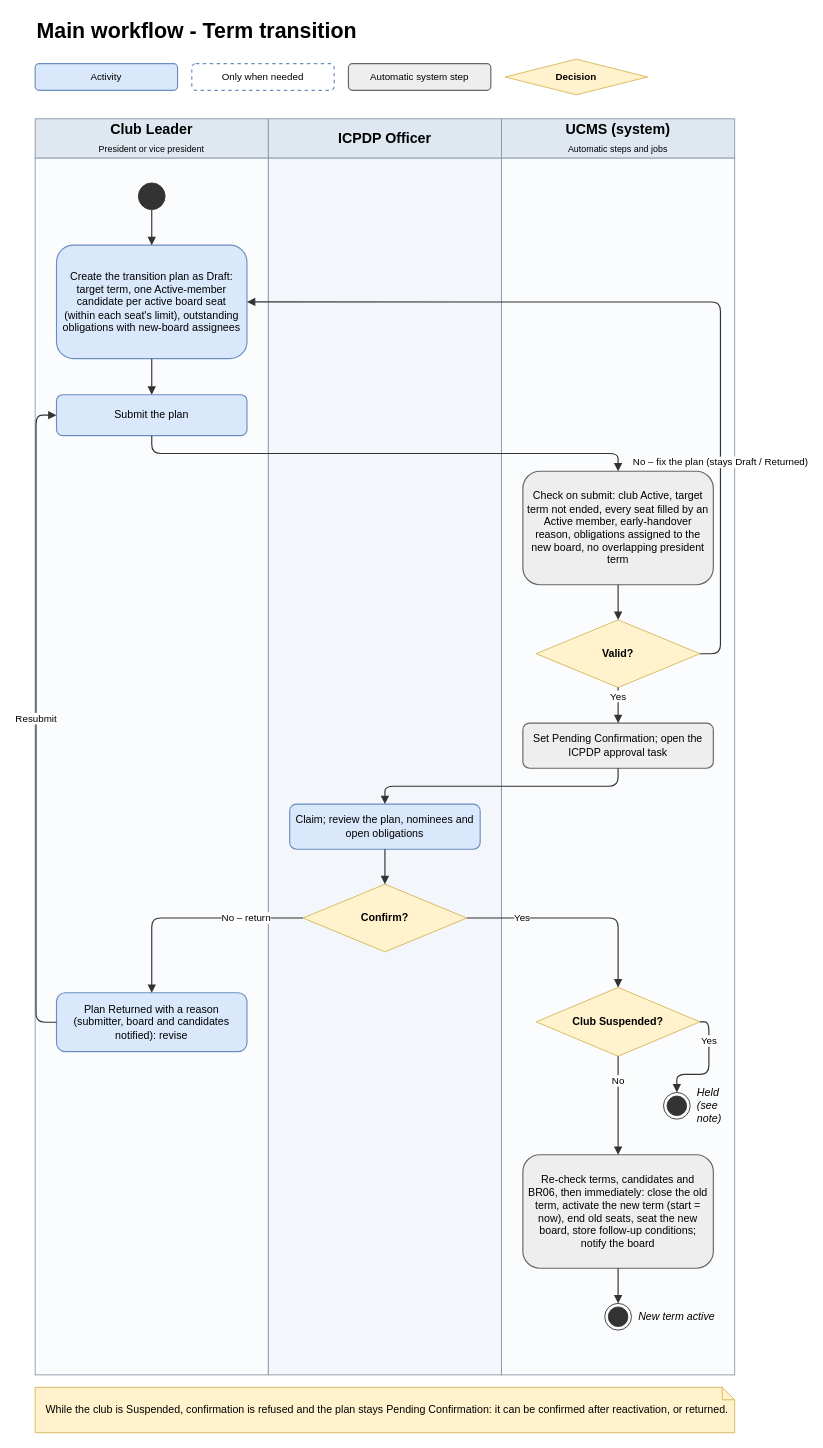
Before: page "04 Term transition" (4 of 10) of docs/03-diagrams/UCMS_Main_Workflow.drawio in nvdekay/ClubManagementSystem, a draw.io diagram. Source tidied: cells renumbered, new cells numbered last; positions are measured from the earlier drawing's top-left corner, leaving out a move shared by most shapes. Both pictures are drawn from the tidied source at 89%, with x=0, y=0 at pixel (35, 15).
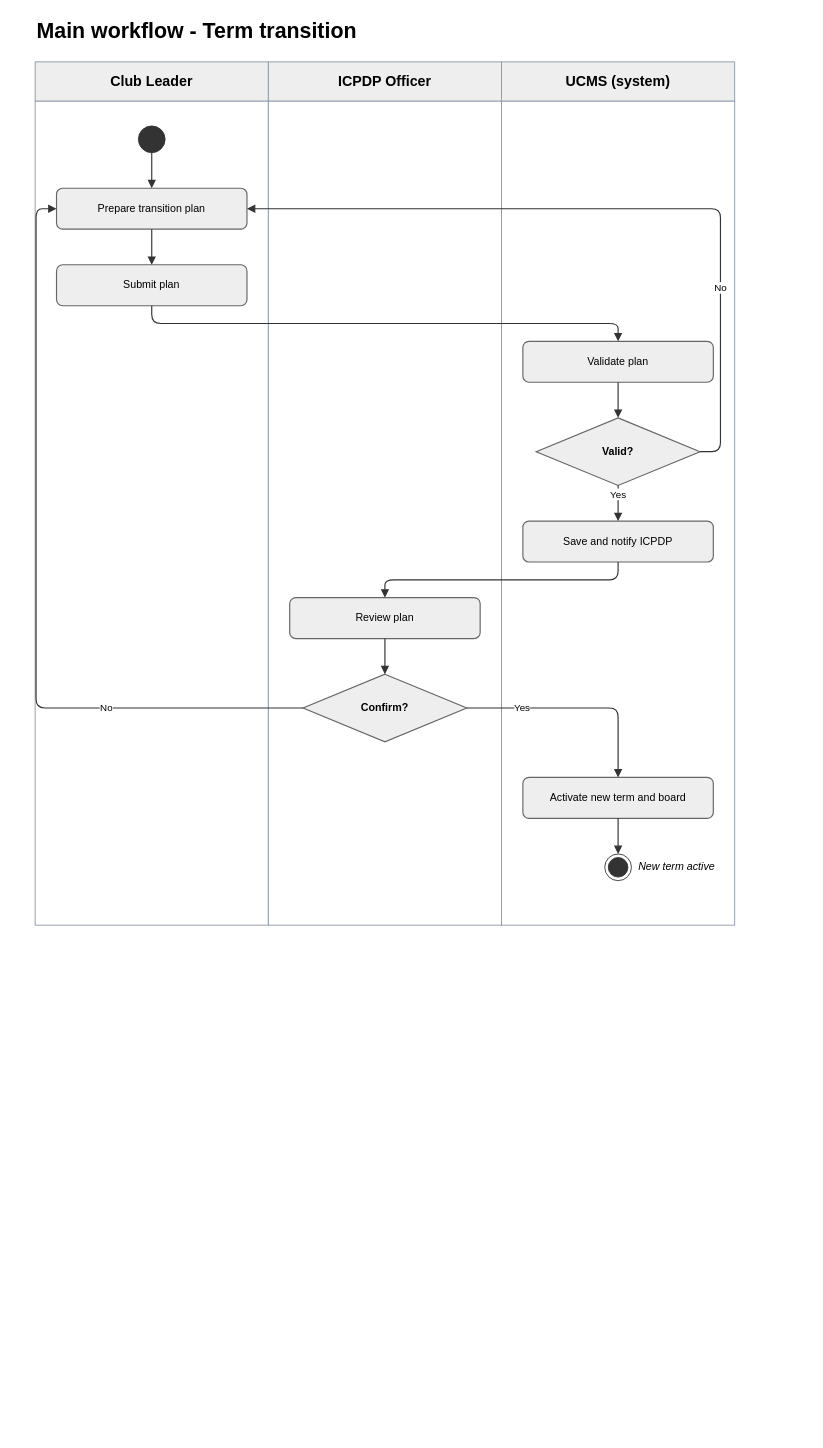
After the change.

What changed in the source:
```diff
@@
-    <mxCell id="3" value="Activity" style="rounded=1;whiteSpace=wrap;html=1;fillColor=#dae8fc;strokeColor=#6c8ebf;strokeWidth=1.3;spacing=6;fontSize=11;" parent="1" vertex="1">
-      <mxGeometry y="54" width="160" height="30" as="geometry" />
-    </mxCell>
-    <mxCell id="4" value="Only when needed" style="rounded=1;whiteSpace=wrap;html=1;fillColor=#ffffff;strokeColor=#6c8ebf;dashed=1;strokeWidth=1.3;spacing=6;fontSize=11;" parent="1" vertex="1">
-      <mxGeometry x="176" y="54" width="160" height="30" as="geometry" />
-    </mxCell>
-    <mxCell id="5" value="Automatic system step" style="rounded=1;whiteSpace=wrap;html=1;fillColor=#eeeeee;strokeColor=#666666;strokeWidth=1.3;spacing=6;fontSize=11;" parent="1" vertex="1">
-      <mxGeometry x="352" y="54" width="160" height="30" as="geometry" />
-    </mxCell>
-    <mxCell id="6" value="Decision" style="rhombus;whiteSpace=wrap;html=1;fillColor=#fff2cc;strokeColor=#d6b656;fontStyle=1;spacingLeft=18;spacingRight=18;fontSize=11;" parent="1" vertex="1">
-      <mxGeometry x="528" y="49" width="160" height="40" as="geometry" />
-    </mxCell>
-    <mxCell id="7" style="rounded=0;html=1;fillColor=#fbfcfe;strokeColor=#8a97a6;" parent="1" vertex="1">
-      <mxGeometry y="160" width="262" height="1367.3" as="geometry" />
+    <mxCell id="7" style="rounded=0;html=1;fillColor=#ffffff;strokeColor=#8a97a6;" parent="1" vertex="1">
+      <mxGeometry y="96" width="262" height="926" as="geometry" />
     </mxCell>
-    <mxCell id="8" value="&lt;b&gt;Club Leader&lt;/b&gt;&lt;br&gt;&lt;span style=&quot;font-size:10px;font-weight:normal;&quot;&gt;President or vice president&lt;/span&gt;" style="rounded=0;whiteSpace=wrap;html=1;fillColor=#dfe7f1;strokeColor=#8a97a6;fontSize=16;" parent="1" vertex="1">
-      <mxGeometry y="116" width="262" height="44" as="geometry" />
+    <mxCell id="8" value="&lt;b&gt;Club Leader&lt;/b&gt;" style="rounded=0;whiteSpace=wrap;html=1;fillColor=#eeeeee;strokeColor=#8a97a6;fontSize=16;" parent="1" vertex="1">
+      <mxGeometry y="52" width="262" height="44" as="geometry" />
     </mxCell>
-    <mxCell id="9" style="rounded=0;html=1;fillColor=#f3f6fa;strokeColor=#8a97a6;" parent="1" vertex="1">
-      <mxGeometry x="262" y="160" width="262" height="1367.3" as="geometry" />
+    <mxCell id="9" style="rounded=0;html=1;fillColor=#ffffff;strokeColor=#8a97a6;" parent="1" vertex="1">
+      <mxGeometry x="262" y="96" width="262" height="926" as="geometry" />
     </mxCell>
-    <mxCell id="10" value="&lt;b&gt;ICPDP Officer&lt;/b&gt;" style="rounded=0;whiteSpace=wrap;html=1;fillColor=#dfe7f1;strokeColor=#8a97a6;fontSize=16;" parent="1" vertex="1">
-      <mxGeometry x="262" y="116" width="262" height="44" as="geometry" />
+    <mxCell id="10" value="&lt;b&gt;ICPDP Officer&lt;/b&gt;" style="rounded=0;whiteSpace=wrap;html=1;fillColor=#eeeeee;strokeColor=#8a97a6;fontSize=16;" parent="1" vertex="1">
+      <mxGeometry x="262" y="52" width="262" height="44" as="geometry" />
     </mxCell>
-    <mxCell id="11" style="rounded=0;html=1;fillColor=#fbfcfe;strokeColor=#8a97a6;" parent="1" vertex="1">
-      <mxGeometry x="524" y="160" width="262" height="1367.3" as="geometry" />
+    <mxCell id="11" style="rounded=0;html=1;fillColor=#ffffff;strokeColor=#8a97a6;" parent="1" vertex="1">
+      <mxGeometry x="524" y="96" width="262" height="926" as="geometry" />
     </mxCell>
-    <mxCell id="12" value="&lt;b&gt;UCMS (system)&lt;/b&gt;&lt;br&gt;&lt;span style=&quot;font-size:10px;font-weight:normal;&quot;&gt;Automatic steps and jobs&lt;/span&gt;" style="rounded=0;whiteSpace=wrap;html=1;fillColor=#dfe7f1;strokeColor=#8a97a6;fontSize=16;" parent="1" vertex="1">
-      <mxGeometry x="524" y="116" width="262" height="44" as="geometry" />
+    <mxCell id="12" value="&lt;b&gt;UCMS (system)&lt;/b&gt;" style="rounded=0;whiteSpace=wrap;html=1;fillColor=#eeeeee;strokeColor=#8a97a6;fontSize=16;" parent="1" vertex="1">
+      <mxGeometry x="524" y="52" width="262" height="44" as="geometry" />
     </mxCell>
     <mxCell id="13" style="ellipse;html=1;fillColor=#333333;strokeColor=#333333;" parent="1" vertex="1">
-      <mxGeometry x="116" y="188" width="30" height="30" as="geometry" />
+      <mxGeometry x="116" y="124" width="30" height="30" as="geometry" />
     </mxCell>
-    <mxCell id="14" value="Create the transition plan as Draft: target term, one Active-member candidate per active board seat (within each seat's limit), outstanding obligations with new-board assignees" style="rounded=1;whiteSpace=wrap;html=1;fillColor=#dae8fc;strokeColor=#6c8ebf;strokeWidth=1.3;spacing=6;fontSize=12;" parent="1" vertex="1">
-      <mxGeometry x="24" y="258" width="214" height="127.5" as="geometry" />
+    <mxCell id="14" value="Prepare transition plan" style="rounded=1;whiteSpace=wrap;html=1;fillColor=#eeeeee;strokeColor=#666666;strokeWidth=1.3;spacing=6;fontSize=12;" parent="1" vertex="1">
+      <mxGeometry x="24" y="194" width="214" height="46" as="geometry" />
     </mxCell>
-    <mxCell id="15" value="Submit the plan" style="rounded=1;whiteSpace=wrap;html=1;fillColor=#dae8fc;strokeColor=#6c8ebf;strokeWidth=1.3;spacing=6;fontSize=12;" parent="1" vertex="1">
-      <mxGeometry x="24" y="426" width="214" height="46" as="geometry" />
+    <mxCell id="15" value="Submit plan" style="rounded=1;whiteSpace=wrap;html=1;fillColor=#eeeeee;strokeColor=#666666;strokeWidth=1.3;spacing=6;fontSize=12;" parent="1" vertex="1">
+      <mxGeometry x="24" y="280" width="214" height="46" as="geometry" />
     </mxCell>
-    <mxCell id="16" value="Check on submit: club Active, target term not ended, every seat filled by an Active member, early-handover reason, obligations assigned to the new board, no overlapping president term" style="rounded=1;whiteSpace=wrap;html=1;fillColor=#eeeeee;strokeColor=#666666;strokeWidth=1.3;spacing=6;fontSize=12;" parent="1" vertex="1">
-      <mxGeometry x="548" y="512" width="214" height="127.5" as="geometry" />
+    <mxCell id="16" value="Validate plan" style="rounded=1;whiteSpace=wrap;html=1;fillColor=#eeeeee;strokeColor=#666666;strokeWidth=1.3;spacing=6;fontSize=12;" parent="1" vertex="1">
+      <mxGeometry x="548" y="366" width="214" height="46" as="geometry" />
     </mxCell>
-    <mxCell id="17" value="Valid?" style="rhombus;whiteSpace=wrap;html=1;fillColor=#fff2cc;strokeColor=#d6b656;fontStyle=1;spacingLeft=18;spacingRight=18;fontSize=12;" parent="1" vertex="1">
-      <mxGeometry x="563" y="679" width="184" height="76" as="geometry" />
+    <mxCell id="17" value="Valid?" style="rhombus;whiteSpace=wrap;html=1;fillColor=#eeeeee;strokeColor=#666666;strokeWidth=1.3;fontStyle=1;spacingLeft=18;spacingRight=18;fontSize=12;" parent="1" vertex="1">
+      <mxGeometry x="563" y="452" width="184" height="76" as="geometry" />
     </mxCell>
-    <mxCell id="18" value="Set Pending Confirmation; open the ICPDP approval task" style="rounded=1;whiteSpace=wrap;html=1;fillColor=#eeeeee;strokeColor=#666666;strokeWidth=1.3;spacing=6;fontSize=12;" parent="1" vertex="1">
-      <mxGeometry x="548" y="795" width="214" height="50.7" as="geometry" />
+    <mxCell id="18" value="Save and notify ICPDP" style="rounded=1;whiteSpace=wrap;html=1;fillColor=#eeeeee;strokeColor=#666666;strokeWidth=1.3;spacing=6;fontSize=12;" parent="1" vertex="1">
+      <mxGeometry x="548" y="568" width="214" height="46" as="geometry" />
     </mxCell>
-    <mxCell id="19" value="Claim; review the plan, nominees and open obligations" style="rounded=1;whiteSpace=wrap;html=1;fillColor=#dae8fc;strokeColor=#6c8ebf;strokeWidth=1.3;spacing=6;fontSize=12;" parent="1" vertex="1">
-      <mxGeometry x="286" y="886" width="214" height="50.7" as="geometry" />
+    <mxCell id="19" value="Review plan" style="rounded=1;whiteSpace=wrap;html=1;fillColor=#eeeeee;strokeColor=#666666;strokeWidth=1.3;spacing=6;fontSize=12;" parent="1" vertex="1">
+      <mxGeometry x="286" y="654" width="214" height="46" as="geometry" />
     </mxCell>
-    <mxCell id="20" value="Confirm?" style="rhombus;whiteSpace=wrap;html=1;fillColor=#fff2cc;strokeColor=#d6b656;fontStyle=1;spacingLeft=18;spacingRight=18;fontSize=12;" parent="1" vertex="1">
-      <mxGeometry x="301" y="976" width="184" height="76" as="geometry" />
+    <mxCell id="20" value="Confirm?" style="rhombus;whiteSpace=wrap;html=1;fillColor=#eeeeee;strokeColor=#666666;strokeWidth=1.3;fontStyle=1;spacingLeft=18;spacingRight=18;fontSize=12;" parent="1" vertex="1">
+      <mxGeometry x="301" y="740" width="184" height="76" as="geometry" />
     </mxCell>
-    <mxCell id="21" value="Plan Returned with a reason (submitter, board and candidates notified): revise" style="rounded=1;whiteSpace=wrap;html=1;fillColor=#dae8fc;strokeColor=#6c8ebf;strokeWidth=1.3;spacing=6;fontSize=12;" parent="1" vertex="1">
-      <mxGeometry x="24" y="1098" width="214" height="66.1" as="geometry" />
-    </mxCell>
-    <mxCell id="22" value="Club Suspended?" style="rhombus;whiteSpace=wrap;html=1;fillColor=#fff2cc;strokeColor=#d6b656;fontStyle=1;spacingLeft=18;spacingRight=18;fontSize=12;" parent="1" vertex="1">
-      <mxGeometry x="563" y="1092" width="184" height="77.3" as="geometry" />
-    </mxCell>
-    <mxCell id="23" style="ellipse;html=1;shape=endState;fillColor=#333333;strokeColor=#333333;" parent="1" vertex="1">
-      <mxGeometry x="706" y="1210" width="30" height="30" as="geometry" />
-    </mxCell>
-    <mxCell id="24" value="Held (see note)" style="text;html=1;whiteSpace=wrap;align=left;verticalAlign=middle;fontSize=12;fontStyle=2;" parent="1" vertex="1">
-      <mxGeometry x="742" y="1202" width="38" height="46" as="geometry" />
-    </mxCell>
-    <mxCell id="25" value="Re-check terms, candidates and BR06, then immediately: close the old term, activate the new term (start = now), end old seats, seat the new board, store follow-up conditions; notify the board" style="rounded=1;whiteSpace=wrap;html=1;fillColor=#eeeeee;strokeColor=#666666;strokeWidth=1.3;spacing=6;fontSize=12;" parent="1" vertex="1">
-      <mxGeometry x="548" y="1280" width="214" height="127.5" as="geometry" />
+    <mxCell id="25" value="Activate new term and board" style="rounded=1;whiteSpace=wrap;html=1;fillColor=#eeeeee;strokeColor=#666666;strokeWidth=1.3;spacing=6;fontSize=12;" parent="1" vertex="1">
+      <mxGeometry x="548" y="856" width="214" height="46" as="geometry" />
     </mxCell>
     <mxCell id="26" style="ellipse;html=1;shape=endState;fillColor=#333333;strokeColor=#333333;" parent="1" vertex="1">
-      <mxGeometry x="640" y="1447" width="30" height="30" as="geometry" />
+      <mxGeometry x="640" y="942" width="30" height="30" as="geometry" />
     </mxCell>
     <mxCell id="27" value="New term active" style="text;html=1;whiteSpace=wrap;align=left;verticalAlign=middle;fontSize=12;fontStyle=2;" parent="1" vertex="1">
-      <mxGeometry x="676" y="1439" width="104" height="46" as="geometry" />
+      <mxGeometry x="676" y="934" width="104" height="46" as="geometry" />
     </mxCell>
@@
-    <mxCell id="32" value="No – fix the plan (stays Draft / Returned)" style="endArrow=block;endFill=1;html=1;rounded=1;edgeStyle=orthogonalEdgeStyle;strokeColor=#333333;strokeWidth=1.3;fontSize=11;labelBackgroundColor=#ffffff;exitX=1;exitY=0.5;entryX=1;entryY=0.5;" parent="1" edge="1" source="17" target="14">
+    <mxCell id="32" value="No" style="endArrow=block;endFill=1;html=1;rounded=1;edgeStyle=orthogonalEdgeStyle;strokeColor=#333333;strokeWidth=1.3;fontSize=11;labelBackgroundColor=#ffffff;exitX=1;exitY=0.5;entryX=1;entryY=0.5;" parent="1" edge="1" source="17" target="14">
       <mxGeometry x="-0.5" relative="1" as="geometry">
         <Array as="points">
-          <mxPoint x="770" y="717" />
-          <mxPoint x="770" y="322" />
+          <mxPoint x="770" y="490" />
+          <mxPoint x="770" y="217" />
         </Array>
       </mxGeometry>
     </mxCell>
@@
-    <mxCell id="36" value="No – return" style="endArrow=block;endFill=1;html=1;rounded=1;edgeStyle=orthogonalEdgeStyle;strokeColor=#333333;strokeWidth=1.3;fontSize=11;labelBackgroundColor=#ffffff;exitX=0;exitY=0.5;entryX=0.5;entryY=0;" parent="1" edge="1" source="20" target="21">
+    <mxCell id="36" value="Yes" style="endArrow=block;endFill=1;html=1;rounded=1;edgeStyle=orthogonalEdgeStyle;strokeColor=#333333;strokeWidth=1.3;fontSize=11;labelBackgroundColor=#ffffff;exitX=1;exitY=0.5;entryX=0.5;entryY=0;" parent="1" edge="1" source="20" target="25">
       <mxGeometry x="-0.5" relative="1" as="geometry" />
     </mxCell>
-    <mxCell id="37" value="Yes" style="endArrow=block;endFill=1;html=1;rounded=1;edgeStyle=orthogonalEdgeStyle;strokeColor=#333333;strokeWidth=1.3;fontSize=11;labelBackgroundColor=#ffffff;exitX=1;exitY=0.5;entryX=0.5;entryY=0;" parent="1" edge="1" source="20" target="22">
-      <mxGeometry x="-0.5" relative="1" as="geometry" />
+    <mxCell id="37" value="No" style="endArrow=block;endFill=1;html=1;rounded=1;edgeStyle=orthogonalEdgeStyle;strokeColor=#333333;strokeWidth=1.3;fontSize=11;labelBackgroundColor=#ffffff;exitX=0;exitY=0.5;entryX=0;entryY=0.5;" parent="1" edge="1" source="20" target="14">
+      <mxGeometry x="-0.5" relative="1" as="geometry">
+        <Array as="points">
+          <mxPoint x="1" y="778" />
+          <mxPoint x="1" y="217" />
+        </Array>
+      </mxGeometry>
     </mxCell>
-    <mxCell id="38" value="Yes" style="endArrow=block;endFill=1;html=1;rounded=1;edgeStyle=orthogonalEdgeStyle;strokeColor=#333333;strokeWidth=1.3;fontSize=11;labelBackgroundColor=#ffffff;exitX=1;exitY=0.5;entryX=0.5;entryY=0;" parent="1" edge="1" source="22" target="23">
-      <mxGeometry x="-0.5" relative="1" as="geometry" />
+    <mxCell id="38" style="endArrow=block;endFill=1;html=1;rounded=1;edgeStyle=orthogonalEdgeStyle;strokeColor=#333333;strokeWidth=1.3;fontSize=11;labelBackgroundColor=#ffffff;exitX=0.5;exitY=1;entryX=0.5;entryY=0;" parent="1" edge="1" source="25" target="26">
+      <mxGeometry relative="1" as="geometry" />
     </mxCell>
-    <mxCell id="39" value="No" style="endArrow=block;endFill=1;html=1;rounded=1;edgeStyle=orthogonalEdgeStyle;strokeColor=#333333;strokeWidth=1.3;fontSize=11;labelBackgroundColor=#ffffff;exitX=0.5;exitY=1;entryX=0.5;entryY=0;" parent="1" edge="1" source="22" target="25">
-      <mxGeometry x="-0.5" relative="1" as="geometry" />
-    </mxCell>
-    <mxCell id="40" value="Resubmit" style="endArrow=block;endFill=1;html=1;rounded=1;edgeStyle=orthogonalEdgeStyle;strokeColor=#333333;strokeWidth=1.3;fontSize=11;labelBackgroundColor=#ffffff;exitX=0;exitY=0.5;entryX=0;entryY=0.5;" parent="1" edge="1" source="21" target="15">
-      <mxGeometry relative="1" as="geometry">
-        <Array as="points">
-          <mxPoint x="1" y="1131" />
-          <mxPoint x="1" y="449" />
-        </Array>
-      </mxGeometry>
-    </mxCell>
-    <mxCell id="41" style="endArrow=block;endFill=1;html=1;rounded=1;edgeStyle=orthogonalEdgeStyle;strokeColor=#333333;strokeWidth=1.3;fontSize=11;labelBackgroundColor=#ffffff;exitX=0.5;exitY=1;entryX=0.5;entryY=0;" parent="1" edge="1" source="25" target="26">
-      <mxGeometry relative="1" as="geometry" />
-    </mxCell>
-    <mxCell id="42" value="While the club is Suspended, confirmation is refused and the plan stays Pending Confirmation: it can be confirmed after reactivation, or returned." style="shape=note;whiteSpace=wrap;html=1;size=14;align=left;spacingLeft=10;fillColor=#fff2cc;strokeColor=#d6b656;fontSize=12;" parent="1" vertex="1">
-      <mxGeometry y="1541.3" width="786" height="51" as="geometry" />
-    </mxCell>
```
